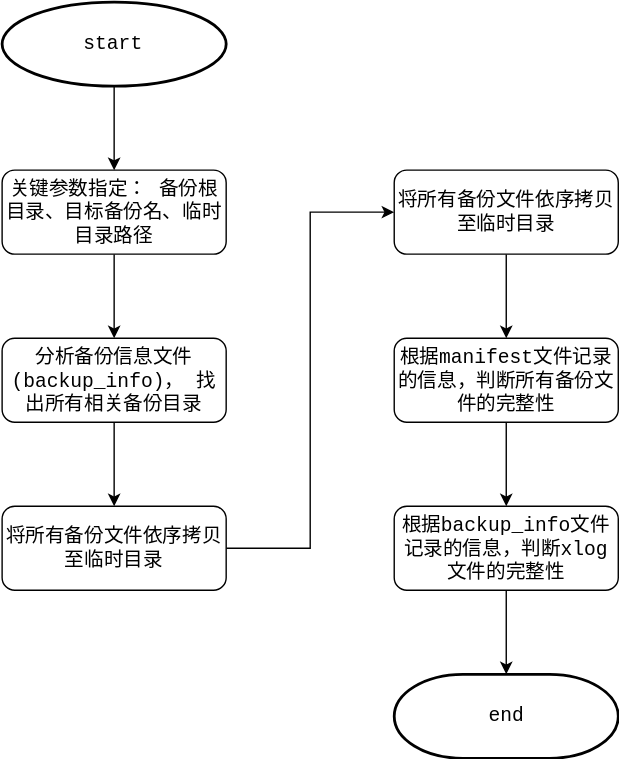
This is attachments/1656050860474.drawio.svg from simbahebinbo/smallfat.github.io, a draw.io export, as it was before one commit. Source tidied: cells renumbered, new cells last; positions are measured from the earlier drawing's top-left corner, leaving out a move shared by most shapes. Its diagram source:
```xml
<mxGraphModel>
  <root>
    <mxCell id="0" />
    <mxCell id="1" parent="0" />
    <mxCell id="2" style="edgeStyle=orthogonalEdgeStyle;rounded=0;jettySize=auto;html=1;fontFamily=Courier New;fontSize=14;" parent="1" edge="1" source="3" target="5">
      <mxGeometry relative="1" as="geometry" />
    </mxCell>
    <mxCell id="3" value="关键参数指定： 备份根目录、目标备份名、临时目录路径" style="rounded=1;whiteSpace=wrap;html=1;fontFamily=Courier New;fontSize=14;" parent="1" vertex="1">
      <mxGeometry y="120" width="160" height="60" as="geometry" />
    </mxCell>
    <mxCell id="4" style="edgeStyle=orthogonalEdgeStyle;rounded=0;jettySize=auto;html=1;fontFamily=Courier New;fontSize=14;" parent="1" edge="1" source="5" target="7">
      <mxGeometry relative="1" as="geometry" />
    </mxCell>
    <mxCell id="5" value="分析备份信息文件(backup_info)， 找出所有相关备份目录" style="rounded=1;whiteSpace=wrap;html=1;fontFamily=Courier New;fontSize=14;" parent="1" vertex="1">
      <mxGeometry y="240" width="160" height="60" as="geometry" />
    </mxCell>
    <mxCell id="6" style="edgeStyle=orthogonalEdgeStyle;rounded=0;jettySize=auto;html=1;exitX=1;exitY=0.5;exitDx=0;exitDy=0;entryX=0;entryY=0.5;entryDx=0;entryDy=0;fontFamily=Courier New;fontSize=14;" parent="1" edge="1" source="7" target="9">
      <mxGeometry relative="1" as="geometry" />
    </mxCell>
    <mxCell id="7" value="将所有备份文件依序拷贝至临时目录" style="rounded=1;whiteSpace=wrap;html=1;fontFamily=Courier New;fontSize=14;" parent="1" vertex="1">
      <mxGeometry y="360" width="160" height="60" as="geometry" />
    </mxCell>
    <mxCell id="8" style="edgeStyle=orthogonalEdgeStyle;rounded=0;jettySize=auto;html=1;fontFamily=Courier New;fontSize=14;" parent="1" edge="1" source="9" target="13">
      <mxGeometry relative="1" as="geometry" />
    </mxCell>
    <mxCell id="9" value="将所有备份文件依序拷贝至临时目录" style="rounded=1;whiteSpace=wrap;html=1;fontFamily=Courier New;fontSize=14;" parent="1" vertex="1">
      <mxGeometry x="280" y="120" width="160" height="60" as="geometry" />
    </mxCell>
    <mxCell id="10" style="edgeStyle=orthogonalEdgeStyle;rounded=0;jettySize=auto;html=1;fontFamily=Courier New;fontSize=14;" parent="1" edge="1" source="11" target="16">
      <mxGeometry relative="1" as="geometry" />
    </mxCell>
    <mxCell id="11" value="根据backup_info文件记录的信息，判断xlog文件的完整性" style="rounded=1;whiteSpace=wrap;html=1;fontFamily=Courier New;fontSize=14;" parent="1" vertex="1">
      <mxGeometry x="280" y="360" width="160" height="60" as="geometry" />
    </mxCell>
    <mxCell id="12" style="edgeStyle=orthogonalEdgeStyle;rounded=0;jettySize=auto;html=1;fontFamily=Courier New;fontSize=14;" parent="1" edge="1" source="13" target="11">
      <mxGeometry relative="1" as="geometry" />
    </mxCell>
    <mxCell id="13" value="根据manifest文件记录的信息，判断所有备份文件的完整性" style="rounded=1;whiteSpace=wrap;html=1;fontFamily=Courier New;fontSize=14;" parent="1" vertex="1">
      <mxGeometry x="280" y="240" width="160" height="60" as="geometry" />
    </mxCell>
    <mxCell id="14" style="edgeStyle=orthogonalEdgeStyle;rounded=0;jettySize=auto;html=1;fontFamily=Courier New;fontSize=14;" parent="1" edge="1" source="15" target="3">
      <mxGeometry relative="1" as="geometry" />
    </mxCell>
    <mxCell id="15" value="start" style="strokeWidth=2;html=1;shape=mxgraph.flowchart.start_1;whiteSpace=wrap;fontFamily=Courier New;fontSize=14;" parent="1" vertex="1">
      <mxGeometry width="160" height="60" as="geometry" />
    </mxCell>
    <mxCell id="16" value="end" style="strokeWidth=2;html=1;shape=mxgraph.flowchart.terminator;whiteSpace=wrap;fontFamily=Courier New;fontSize=14;" parent="1" vertex="1">
      <mxGeometry x="280" y="480" width="160" height="60" as="geometry" />
    </mxCell>
  </root>
</mxGraphModel>
```
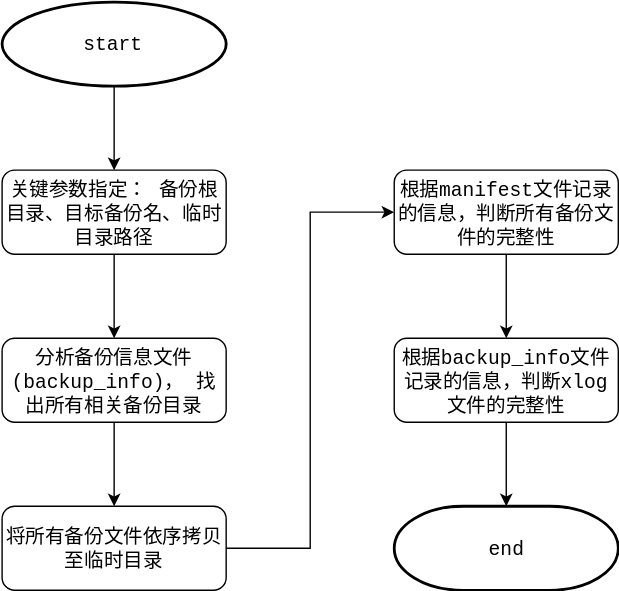
Above is the later version.

Commit message:
添加附件 : attachments/1656050860474.drawio.svg

Change to the diagram source:
```diff
@@ -14,29 +14,23 @@
     <mxCell id="5" value="分析备份信息文件(backup_info)， 找出所有相关备份目录" style="rounded=1;whiteSpace=wrap;html=1;fontFamily=Courier New;fontSize=14;" parent="1" vertex="1">
       <mxGeometry y="240" width="160" height="60" as="geometry" />
     </mxCell>
-    <mxCell id="6" style="edgeStyle=orthogonalEdgeStyle;rounded=0;jettySize=auto;html=1;exitX=1;exitY=0.5;exitDx=0;exitDy=0;entryX=0;entryY=0.5;entryDx=0;entryDy=0;fontFamily=Courier New;fontSize=14;" parent="1" edge="1" source="7" target="9">
+    <mxCell id="6" style="edgeStyle=orthogonalEdgeStyle;rounded=0;jettySize=auto;html=1;exitX=1;exitY=0.5;exitDx=0;exitDy=0;entryX=0;entryY=0.5;entryDx=0;entryDy=0;fontFamily=Courier New;fontSize=14;" parent="1" edge="1" source="7" target="13">
       <mxGeometry relative="1" as="geometry" />
     </mxCell>
     <mxCell id="7" value="将所有备份文件依序拷贝至临时目录" style="rounded=1;whiteSpace=wrap;html=1;fontFamily=Courier New;fontSize=14;" parent="1" vertex="1">
       <mxGeometry y="360" width="160" height="60" as="geometry" />
     </mxCell>
-    <mxCell id="8" style="edgeStyle=orthogonalEdgeStyle;rounded=0;jettySize=auto;html=1;fontFamily=Courier New;fontSize=14;" parent="1" edge="1" source="9" target="13">
-      <mxGeometry relative="1" as="geometry" />
-    </mxCell>
-    <mxCell id="9" value="将所有备份文件依序拷贝至临时目录" style="rounded=1;whiteSpace=wrap;html=1;fontFamily=Courier New;fontSize=14;" parent="1" vertex="1">
-      <mxGeometry x="280" y="120" width="160" height="60" as="geometry" />
-    </mxCell>
     <mxCell id="10" style="edgeStyle=orthogonalEdgeStyle;rounded=0;jettySize=auto;html=1;fontFamily=Courier New;fontSize=14;" parent="1" edge="1" source="11" target="16">
       <mxGeometry relative="1" as="geometry" />
     </mxCell>
     <mxCell id="11" value="根据backup_info文件记录的信息，判断xlog文件的完整性" style="rounded=1;whiteSpace=wrap;html=1;fontFamily=Courier New;fontSize=14;" parent="1" vertex="1">
-      <mxGeometry x="280" y="360" width="160" height="60" as="geometry" />
+      <mxGeometry x="280" y="240" width="160" height="60" as="geometry" />
     </mxCell>
     <mxCell id="12" style="edgeStyle=orthogonalEdgeStyle;rounded=0;jettySize=auto;html=1;fontFamily=Courier New;fontSize=14;" parent="1" edge="1" source="13" target="11">
       <mxGeometry relative="1" as="geometry" />
     </mxCell>
     <mxCell id="13" value="根据manifest文件记录的信息，判断所有备份文件的完整性" style="rounded=1;whiteSpace=wrap;html=1;fontFamily=Courier New;fontSize=14;" parent="1" vertex="1">
-      <mxGeometry x="280" y="240" width="160" height="60" as="geometry" />
+      <mxGeometry x="280" y="120" width="160" height="60" as="geometry" />
     </mxCell>
     <mxCell id="14" style="edgeStyle=orthogonalEdgeStyle;rounded=0;jettySize=auto;html=1;fontFamily=Courier New;fontSize=14;" parent="1" edge="1" source="15" target="3">
       <mxGeometry relative="1" as="geometry" />
@@ -45,7 +39,7 @@
       <mxGeometry width="160" height="60" as="geometry" />
     </mxCell>
     <mxCell id="16" value="end" style="strokeWidth=2;html=1;shape=mxgraph.flowchart.terminator;whiteSpace=wrap;fontFamily=Courier New;fontSize=14;" parent="1" vertex="1">
-      <mxGeometry x="280" y="480" width="160" height="60" as="geometry" />
+      <mxGeometry x="280" y="360" width="160" height="60" as="geometry" />
     </mxCell>
   </root>
 </mxGraphModel>
```
